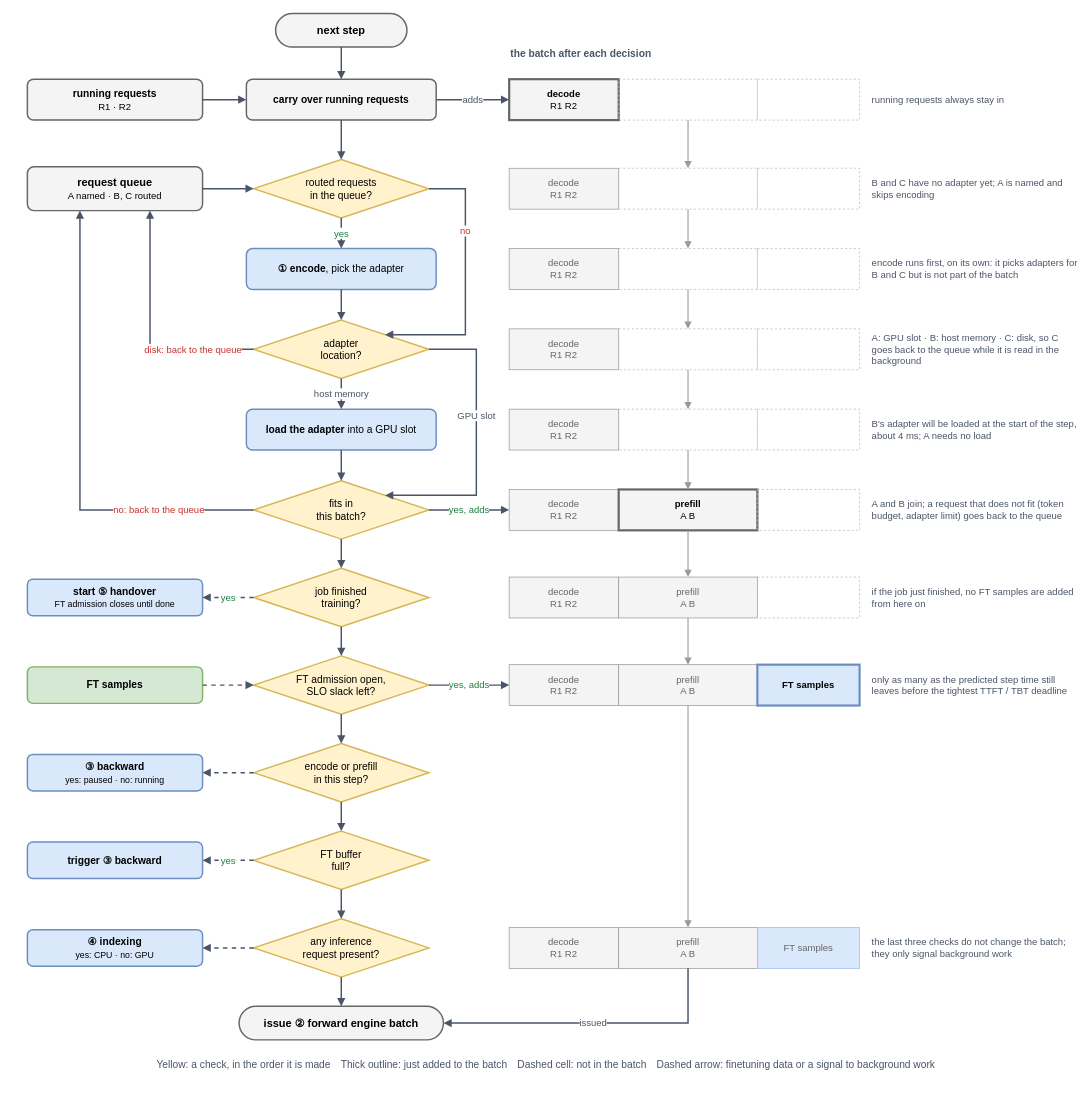
This is page "scheduler-decisions" (12 of 13) of docs/figures/scheduling/all-scheduling-diagrams.drawio from 852866031/DeltaServe-vLLM, a draw.io file, before an edit. Source tidied: cells renumbered, new cells numbered last; positions are measured from the earlier drawing's top-left corner, leaving out a move shared by most shapes. Both pictures are drawn from the tidied source at 73%, with x=0, y=0 at pixel (12, 13).
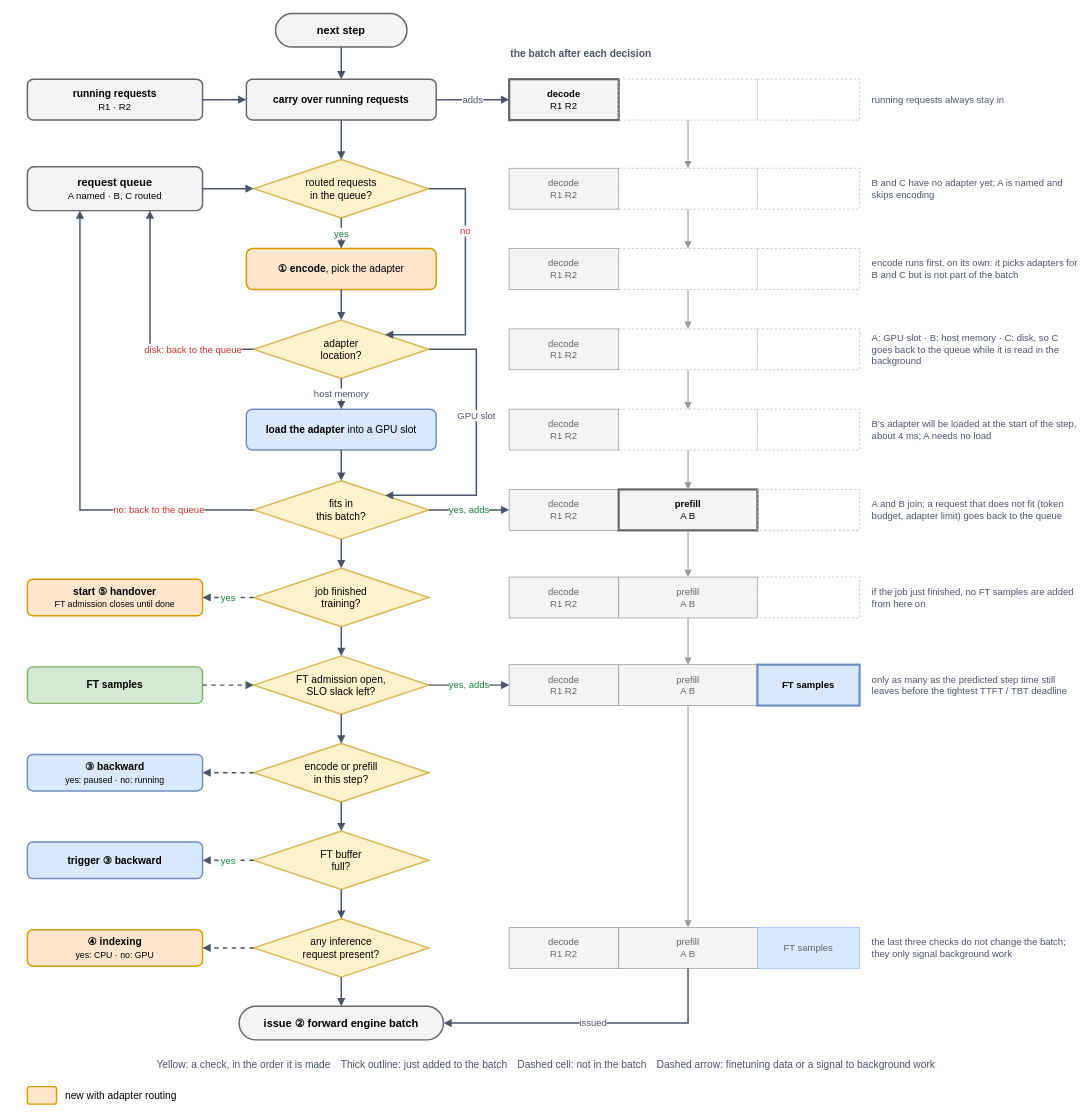
The same diagram, later.

Change to the diagram source:
```diff
@@
-    <mxCell id="8" value="&lt;b&gt;① encode&lt;/b&gt;, pick the adapter" style="rounded=1;whiteSpace=wrap;html=1;fontSize=14;fillColor=#DAE8FC;strokeColor=#6C8EBF;strokeWidth=2;" parent="1" vertex="1">
+    <mxCell id="8" value="&lt;b&gt;① encode&lt;/b&gt;, pick the adapter" style="rounded=1;whiteSpace=wrap;html=1;fontSize=14;fillColor=#FFE6CC;strokeColor=#D79B00;strokeWidth=2;" parent="1" vertex="1">
       <mxGeometry x="320" y="322" width="260" height="56" as="geometry" />
     </mxCell>
@@
-    <mxCell id="13" value="&lt;b&gt;start ⑤ handover&lt;/b&gt;&lt;br&gt;&lt;font style=&quot;font-size:12px&quot;&gt;FT admission closes until done&lt;/font&gt;" style="rounded=1;whiteSpace=wrap;html=1;fontSize=14;fillColor=#DAE8FC;strokeColor=#6C8EBF;strokeWidth=2;" parent="1" vertex="1">
+    <mxCell id="13" value="&lt;b&gt;start ⑤ handover&lt;/b&gt;&lt;br&gt;&lt;font style=&quot;font-size:12px&quot;&gt;FT admission closes until done&lt;/font&gt;" style="rounded=1;whiteSpace=wrap;html=1;fontSize=14;fillColor=#FFE6CC;strokeColor=#D79B00;strokeWidth=2;" parent="1" vertex="1">
       <mxGeometry x="20" y="775" width="240" height="50" as="geometry" />
     </mxCell>
@@
-    <mxCell id="21" value="&lt;b&gt;④ indexing&lt;/b&gt;&lt;br&gt;&lt;font style=&quot;font-size:12px&quot;&gt;yes: CPU · no: GPU&lt;/font&gt;" style="rounded=1;whiteSpace=wrap;html=1;fontSize=14;fillColor=#DAE8FC;strokeColor=#6C8EBF;strokeWidth=2;" parent="1" vertex="1">
+    <mxCell id="21" value="&lt;b&gt;④ indexing&lt;/b&gt;&lt;br&gt;&lt;font style=&quot;font-size:12px&quot;&gt;yes: CPU · no: GPU&lt;/font&gt;" style="rounded=1;whiteSpace=wrap;html=1;fontSize=14;fillColor=#FFE6CC;strokeColor=#D79B00;strokeWidth=2;" parent="1" vertex="1">
       <mxGeometry x="20" y="1255" width="240" height="50" as="geometry" />
     </mxCell>
@@
+    <mxCell id="95" style="rounded=1;html=1;fillColor=#FFE6CC;strokeColor=#D79B00;strokeWidth=2;" parent="1" vertex="1">
+      <mxGeometry x="20" y="1470" width="40" height="24" as="geometry" />
+    </mxCell>
+    <mxCell id="96" value="new with adapter routing" style="text;html=1;fontSize=14;align=left;verticalAlign=middle;" parent="1" vertex="1">
+      <mxGeometry x="70" y="1467" width="190" height="30" as="geometry" />
+    </mxCell>
```
